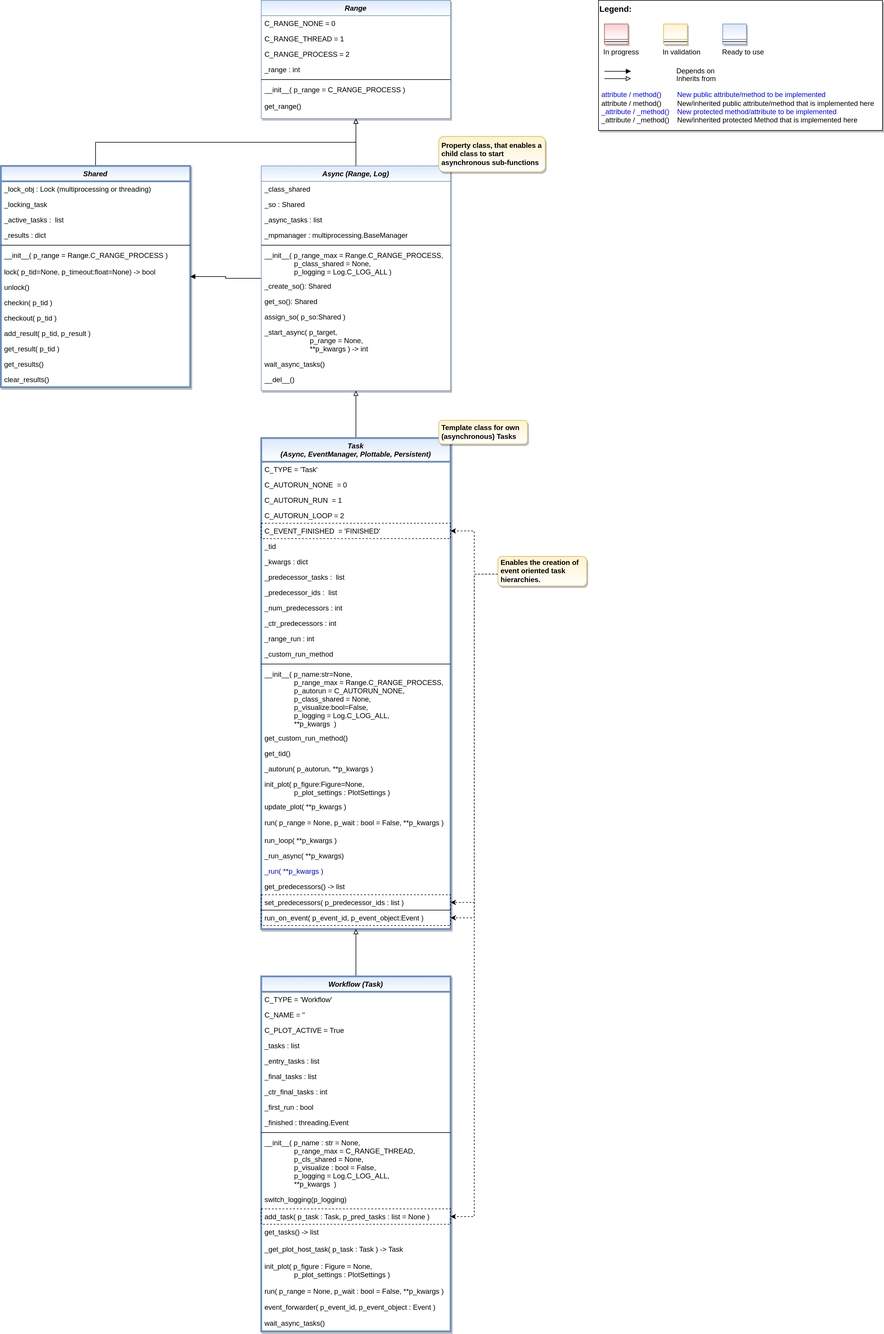
Before: doc/rtd/content/99_appendices/appendix2/sub/core/mlpro_bf/layer1_computation/images/MLPro-BF-MT_class_diagram.drawio.png, a diagram exported from draw.io (fhswf/MLPro). Source tidied: cells renumbered, new cells last; positions are measured from the earlier drawing's top-left corner, leaving out a move shared by most shapes.
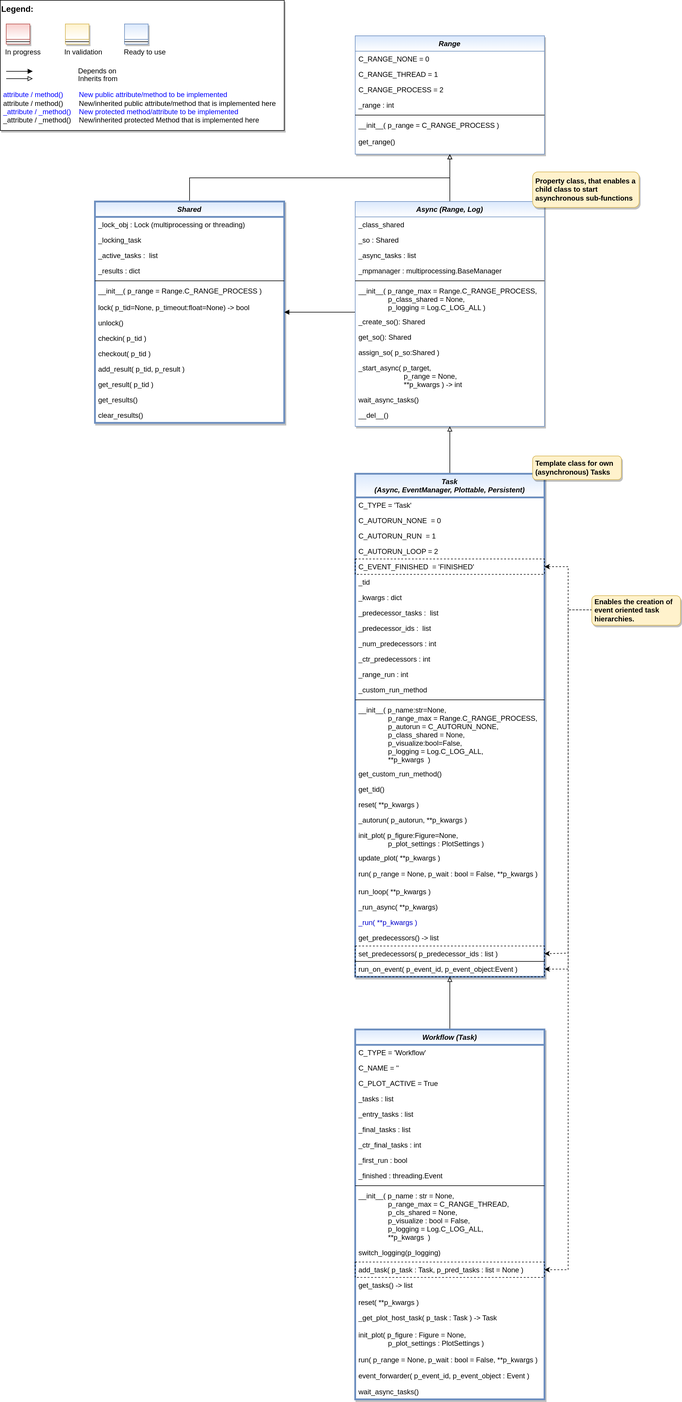
The same file after the commit.

Commit message:
Class diagram mlpro.bf.mt

What changed in the source:
```diff
@@ -3,7 +3,7 @@
     <mxCell id="0" />
     <mxCell id="1" parent="0" />
     <mxCell id="2" style="group;" parent="1" vertex="1">
-      <mxGeometry x="1010" width="480" height="220" as="geometry" />
+      <mxGeometry x="-160" y="-60" width="480" height="220" as="geometry" />
     </mxCell>
     <mxCell id="3" value="&lt;font color=&quot;#000000&quot; size=&quot;1&quot;&gt;&lt;b style=&quot;font-size: 14px&quot;&gt;Legend:&lt;br&gt;&lt;/b&gt;&lt;/font&gt;&lt;br&gt;&lt;br&gt;&lt;br&gt;&lt;font color=&quot;#0000ff&quot; style=&quot;font-size: 6px&quot;&gt;&lt;br&gt;&lt;/font&gt;&lt;span style=&quot;color: rgb(0 , 0 , 0)&quot;&gt;&lt;font style=&quot;font-size: 4px&quot;&gt;&amp;nbsp; &amp;nbsp;&lt;/font&gt;&amp;nbsp;In progress&amp;nbsp; &amp;nbsp; &amp;nbsp; &amp;nbsp; &amp;nbsp; &amp;nbsp; In validation&amp;nbsp; &amp;nbsp; &amp;nbsp; &amp;nbsp; &amp;nbsp; &amp;nbsp;Ready to use&lt;/span&gt;&lt;font color=&quot;#000000&quot;&gt;&amp;nbsp;&lt;br&gt;&lt;/font&gt;&lt;font color=&quot;#0000ff&quot;&gt;&lt;br&gt;&lt;br&gt;&lt;br&gt;&lt;br&gt;&amp;nbsp;attribute / method()&amp;nbsp; &amp;nbsp; &amp;nbsp; &amp;nbsp; New public attribute/method to be implemented&lt;/font&gt;&lt;br&gt;&lt;font color=&quot;#000000&quot;&gt;&amp;nbsp;&lt;/font&gt;&lt;font color=&quot;#000000&quot;&gt;attribute / method()&lt;span&gt;&#9;&lt;/span&gt;&amp;nbsp; &amp;nbsp; &amp;nbsp; &amp;nbsp;New/inherited public attribute/method that is implemented here&lt;br&gt;&lt;/font&gt;&lt;font color=&quot;#0000ff&quot;&gt;&amp;nbsp;_attribute /&amp;nbsp;&lt;/font&gt;&lt;font color=&quot;#0000ff&quot;&gt;_method()&amp;nbsp; &amp;nbsp; New protected method/attribute to be implemented&lt;/font&gt;&lt;br&gt;&lt;font color=&quot;#000000&quot;&gt;&amp;nbsp;_attribute / _method()&amp;nbsp; &amp;nbsp; New/inherited protected Method that is implemented here&lt;br&gt;&lt;/font&gt;&lt;font color=&quot;#000000&quot;&gt;&lt;br&gt;&lt;br&gt;&lt;br&gt;&lt;br&gt;&lt;br&gt;&lt;/font&gt;" style="text;html=1;align=left;verticalAlign=top;whiteSpace=wrap;rounded=0;fontColor=#006600;strokeColor=#000000;shadow=1;fillColor=#ffffff;" parent="2" vertex="1">
       <mxGeometry width="480" height="220" as="geometry" />
@@ -96,7 +96,7 @@
     <mxCell id="27" value="clear_results()" style="text;align=left;verticalAlign=top;spacingLeft=4;spacingRight=4;overflow=hidden;fontColor=default;" parent="13" vertex="1">
       <mxGeometry y="348" width="320" height="26" as="geometry" />
     </mxCell>
-    <mxCell id="28" style="edgeStyle=orthogonalEdgeStyle;rounded=0;jettySize=auto;html=1;endArrow=block;endFill=1;" parent="1" edge="1" source="30" target="13">
+    <mxCell id="28" style="edgeStyle=orthogonalEdgeStyle;rounded=0;jettySize=auto;html=1;endArrow=block;endFill=1;exitX=0;exitY=0.942;exitDx=0;exitDy=0;exitPerimeter=0;" parent="1" edge="1" source="36" target="13">
       <mxGeometry relative="1" as="geometry" />
     </mxCell>
     <mxCell id="29" style="edgeStyle=orthogonalEdgeStyle;rounded=0;jettySize=auto;html=1;fontColor=default;endArrow=block;endFill=0;" parent="1" edge="1" source="30" target="99">
@@ -141,14 +141,14 @@
     <mxCell id="42" value="__del__()" style="text;align=left;verticalAlign=top;spacingLeft=4;spacingRight=4;overflow=hidden;fontColor=default;" parent="30" vertex="1">
       <mxGeometry y="348" width="320" height="26" as="geometry" />
     </mxCell>
-    <mxCell id="43" value="Property class, that enables a child class to start asynchronous sub-functions" style="rounded=1;whiteSpace=wrap;html=1;fillColor=#fff2cc;strokeColor=#d6b656;shadow=1;gradientColor=#ffffff;fontStyle=1;align=left;verticalAlign=middle;spacingRight=3;spacingLeft=3;" parent="1" vertex="1">
+    <mxCell id="43" value="Property class, that enables a child class to start asynchronous sub-functions" style="rounded=1;whiteSpace=wrap;html=1;fillColor=#fff2cc;strokeColor=#d6b656;shadow=1;gradientColor=none;fontStyle=1;align=left;verticalAlign=middle;spacingRight=3;spacingLeft=3;" parent="1" vertex="1">
       <mxGeometry x="740" y="230" width="180" height="60" as="geometry" />
     </mxCell>
     <mxCell id="44" style="edgeStyle=orthogonalEdgeStyle;rounded=0;jettySize=auto;html=1;fontColor=#0000CC;endArrow=block;endFill=0;" parent="1" edge="1" source="45" target="30">
       <mxGeometry relative="1" as="geometry" />
     </mxCell>
     <mxCell id="45" value="Task &#10;(Async, EventManager, Plottable, Persistent)" style="swimlane;fontStyle=3;align=center;verticalAlign=top;horizontal=1;startSize=40;rounded=0;shadow=1;strokeWidth=3;fillColor=#dae8fc;strokeColor=#6c8ebf;glass=0;swimlaneFillColor=#ffffff;gradientColor=#FFFFFF;" parent="1" vertex="1">
-      <mxGeometry x="440" y="740" width="320" height="830" as="geometry" />
+      <mxGeometry x="440" y="740" width="320" height="850" as="geometry" />
     </mxCell>
     <mxCell id="46" value="C_TYPE = 'Task'" style="text;align=left;verticalAlign=top;spacingLeft=4;spacingRight=4;overflow=hidden;" parent="45" vertex="1">
       <mxGeometry y="40" width="320" height="26" as="geometry" />
@@ -201,41 +201,44 @@
     <mxCell id="62" value="get_tid()" style="text;align=left;verticalAlign=top;spacingLeft=4;spacingRight=4;overflow=hidden;fontColor=default;" parent="45" vertex="1">
       <mxGeometry y="520" width="320" height="26" as="geometry" />
     </mxCell>
+    <mxCell id="108" value="reset( **p_kwargs )" style="text;align=left;verticalAlign=top;spacingLeft=4;spacingRight=4;overflow=hidden;fontColor=default;" parent="45" vertex="1">
+      <mxGeometry y="546" width="320" height="26" as="geometry" />
+    </mxCell>
     <mxCell id="63" value="_autorun( p_autorun, **p_kwargs )" style="text;align=left;verticalAlign=top;spacingLeft=4;spacingRight=4;overflow=hidden;fontColor=default;" parent="45" vertex="1">
-      <mxGeometry y="546" width="320" height="26" as="geometry" />
+      <mxGeometry y="572" width="320" height="26" as="geometry" />
     </mxCell>
     <mxCell id="64" value="init_plot( p_figure:Figure=None, &#10;               p_plot_settings : PlotSettings )" style="text;align=left;verticalAlign=top;spacingLeft=4;spacingRight=4;overflow=hidden;fontColor=default;" parent="45" vertex="1">
-      <mxGeometry y="572" width="320" height="38" as="geometry" />
+      <mxGeometry y="598" width="320" height="38" as="geometry" />
     </mxCell>
     <mxCell id="65" value="update_plot( **p_kwargs )" style="text;align=left;verticalAlign=top;spacingLeft=4;spacingRight=4;overflow=hidden;fontColor=default;" parent="45" vertex="1">
-      <mxGeometry y="610" width="320" height="27" as="geometry" />
+      <mxGeometry y="636" width="320" height="27" as="geometry" />
     </mxCell>
     <mxCell id="66" value="run( p_range = None, p_wait : bool = False, **p_kwargs )" style="text;align=left;verticalAlign=top;spacingLeft=4;spacingRight=4;overflow=hidden;fontColor=default;" parent="45" vertex="1">
-      <mxGeometry y="637" width="320" height="30" as="geometry" />
+      <mxGeometry y="663" width="320" height="30" as="geometry" />
     </mxCell>
     <mxCell id="67" value="run_loop( **p_kwargs )" style="text;align=left;verticalAlign=top;spacingLeft=4;spacingRight=4;overflow=hidden;fontColor=default;" parent="45" vertex="1">
-      <mxGeometry y="667" width="320" height="26" as="geometry" />
+      <mxGeometry y="693" width="320" height="26" as="geometry" />
     </mxCell>
     <mxCell id="68" value="_run_async( **p_kwargs)" style="text;align=left;verticalAlign=top;spacingLeft=4;spacingRight=4;overflow=hidden;fontColor=default;" parent="45" vertex="1">
-      <mxGeometry y="693" width="320" height="26" as="geometry" />
+      <mxGeometry y="719" width="320" height="26" as="geometry" />
     </mxCell>
     <mxCell id="69" value="_run( **p_kwargs )" style="text;align=left;verticalAlign=top;spacingLeft=4;spacingRight=4;overflow=hidden;fontColor=#0000CC;" parent="45" vertex="1">
-      <mxGeometry y="719" width="320" height="26" as="geometry" />
+      <mxGeometry y="745" width="320" height="26" as="geometry" />
     </mxCell>
     <mxCell id="70" value="get_predecessors() -&gt; list" style="text;align=left;verticalAlign=top;spacingLeft=4;spacingRight=4;overflow=hidden;fontColor=default;" parent="45" vertex="1">
-      <mxGeometry y="745" width="320" height="27" as="geometry" />
+      <mxGeometry y="771" width="320" height="27" as="geometry" />
     </mxCell>
     <mxCell id="71" value="set_predecessors( p_predecessor_ids : list )" style="text;align=left;verticalAlign=top;spacingLeft=4;spacingRight=4;overflow=hidden;points=[[0,0.5],[1,0.5]];portConstraint=eastwest;fontColor=default;labelBorderColor=none;strokeColor=default;dashed=1;" parent="45" vertex="1">
-      <mxGeometry y="772" width="320" height="26" as="geometry" />
+      <mxGeometry y="798" width="320" height="26" as="geometry" />
     </mxCell>
     <mxCell id="72" value="run_on_event( p_event_id, p_event_object:Event )" style="text;align=left;verticalAlign=top;spacingLeft=4;spacingRight=4;overflow=hidden;points=[[0,0.5],[1,0.5]];portConstraint=eastwest;fontColor=default;labelBorderColor=none;strokeColor=default;dashed=1;" parent="45" vertex="1">
-      <mxGeometry y="798" width="320" height="26" as="geometry" />
+      <mxGeometry y="824" width="320" height="26" as="geometry" />
     </mxCell>
     <mxCell id="73" style="edgeStyle=orthogonalEdgeStyle;rounded=0;jettySize=auto;html=1;fontColor=#0000CC;endArrow=block;endFill=0;" parent="1" edge="1" source="74" target="45">
       <mxGeometry relative="1" as="geometry" />
     </mxCell>
     <mxCell id="74" value="Workflow (Task)" style="swimlane;fontStyle=3;align=center;verticalAlign=top;horizontal=1;startSize=26;rounded=0;shadow=1;strokeWidth=3;fillColor=#dae8fc;strokeColor=#6c8ebf;glass=0;swimlaneFillColor=#ffffff;gradientColor=#FFFFFF;" parent="1" vertex="1">
-      <mxGeometry x="440" y="1650" width="320" height="600" as="geometry" />
+      <mxGeometry x="440" y="1679" width="320" height="625" as="geometry" />
     </mxCell>
     <mxCell id="75" value="C_TYPE = 'Workflow'" style="text;align=left;verticalAlign=top;spacingLeft=4;spacingRight=4;overflow=hidden;" parent="74" vertex="1">
       <mxGeometry y="26" width="320" height="26" as="geometry" />
@@ -279,27 +282,30 @@
     <mxCell id="88" value="get_tasks() -&gt; list" style="text;align=left;verticalAlign=top;spacingLeft=4;spacingRight=4;overflow=hidden;fontColor=default;" parent="74" vertex="1">
       <mxGeometry y="419" width="320" height="29" as="geometry" />
     </mxCell>
+    <mxCell id="109" value="reset( **p_kwargs )" style="text;align=left;verticalAlign=top;spacingLeft=4;spacingRight=4;overflow=hidden;fontColor=default;" parent="74" vertex="1">
+      <mxGeometry y="448" width="320" height="26" as="geometry" />
+    </mxCell>
     <mxCell id="89" value="_get_plot_host_task( p_task : Task ) -&gt; Task" style="text;align=left;verticalAlign=top;spacingLeft=4;spacingRight=4;overflow=hidden;fontColor=default;" parent="74" vertex="1">
-      <mxGeometry y="448" width="320" height="29" as="geometry" />
+      <mxGeometry y="474" width="320" height="29" as="geometry" />
     </mxCell>
     <mxCell id="90" value="init_plot( p_figure : Figure = None, &#10;               p_plot_settings : PlotSettings )" style="text;align=left;verticalAlign=top;spacingLeft=4;spacingRight=4;overflow=hidden;fontColor=default;" parent="74" vertex="1">
-      <mxGeometry y="477" width="320" height="42" as="geometry" />
+      <mxGeometry y="503" width="320" height="42" as="geometry" />
     </mxCell>
     <mxCell id="91" value="run( p_range = None, p_wait : bool = False, **p_kwargs )" style="text;align=left;verticalAlign=top;spacingLeft=4;spacingRight=4;overflow=hidden;fontColor=default;" parent="74" vertex="1">
-      <mxGeometry y="519" width="320" height="27" as="geometry" />
+      <mxGeometry y="545" width="320" height="27" as="geometry" />
     </mxCell>
     <mxCell id="92" value="event_forwarder( p_event_id, p_event_object : Event )" style="text;align=left;verticalAlign=top;spacingLeft=4;spacingRight=4;overflow=hidden;fontColor=default;" parent="74" vertex="1">
-      <mxGeometry y="546" width="320" height="27" as="geometry" />
+      <mxGeometry y="572" width="320" height="27" as="geometry" />
     </mxCell>
     <mxCell id="93" value="wait_async_tasks()" style="text;align=left;verticalAlign=top;spacingLeft=4;spacingRight=4;overflow=hidden;fontColor=default;" parent="74" vertex="1">
-      <mxGeometry y="573" width="320" height="26" as="geometry" />
+      <mxGeometry y="599" width="320" height="26" as="geometry" />
     </mxCell>
     <mxCell id="94" style="edgeStyle=orthogonalEdgeStyle;rounded=0;jettySize=auto;html=1;fontColor=#FF0000;exitX=0;exitY=0.5;exitDx=0;exitDy=0;dashed=1;entryX=1;entryY=0.5;entryDx=0;entryDy=0;" parent="1" edge="1" source="98" target="72">
       <mxGeometry relative="1" as="geometry">
         <Array as="points">
           <mxPoint x="840" y="970" />
           <mxPoint x="800" y="970" />
-          <mxPoint x="800" y="1551" />
+          <mxPoint x="800" y="1577" />
         </Array>
       </mxGeometry>
     </mxCell>
@@ -316,7 +322,7 @@
       <mxGeometry relative="1" as="geometry">
         <Array as="points">
           <mxPoint x="800" y="970" />
-          <mxPoint x="800" y="2056" />
+          <mxPoint x="800" y="2085" />
         </Array>
       </mxGeometry>
     </mxCell>
@@ -324,12 +330,12 @@
       <mxGeometry relative="1" as="geometry">
         <Array as="points">
           <mxPoint x="800" y="970" />
-          <mxPoint x="800" y="1525" />
+          <mxPoint x="800" y="1550" />
         </Array>
       </mxGeometry>
     </mxCell>
-    <mxCell id="98" value="Enables the creation of event oriented task hierarchies." style="rounded=1;whiteSpace=wrap;html=1;fillColor=#fff2cc;strokeColor=#d6b656;shadow=1;gradientColor=#ffffff;fontStyle=1;align=left;verticalAlign=middle;spacingRight=3;spacingLeft=3;" parent="1" vertex="1">
-      <mxGeometry x="840" y="940" width="150" height="50" as="geometry" />
+    <mxCell id="98" value="Enables the creation of event oriented task hierarchies." style="rounded=1;whiteSpace=wrap;html=1;fillColor=#fff2cc;strokeColor=#d6b656;shadow=1;gradientColor=none;fontStyle=1;align=left;verticalAlign=middle;spacingRight=3;spacingLeft=3;" parent="1" vertex="1">
+      <mxGeometry x="840" y="946" width="150" height="50" as="geometry" />
     </mxCell>
     <mxCell id="99" value="Range" style="swimlane;fontStyle=3;align=center;verticalAlign=top;horizontal=1;startSize=26;rounded=0;shadow=1;strokeWidth=1;fillColor=#dae8fc;strokeColor=#6c8ebf;glass=0;swimlaneFillColor=#ffffff;gradientColor=#FFFFFF;" parent="1" vertex="1">
       <mxGeometry x="440" width="320" height="200" as="geometry" />
@@ -355,7 +361,7 @@
     <mxCell id="106" value="get_range()" style="text;align=left;verticalAlign=top;spacingLeft=4;spacingRight=4;overflow=hidden;fontColor=default;" parent="99" vertex="1">
       <mxGeometry y="166" width="320" height="34" as="geometry" />
     </mxCell>
-    <mxCell id="107" value="Template class for own (asynchronous) Tasks" style="rounded=1;whiteSpace=wrap;html=1;fillColor=#fff2cc;strokeColor=#d6b656;shadow=1;gradientColor=#ffffff;fontStyle=1;align=left;verticalAlign=middle;spacingRight=3;spacingLeft=3;" parent="1" vertex="1">
+    <mxCell id="107" value="Template class for own (asynchronous) Tasks" style="rounded=1;whiteSpace=wrap;html=1;fillColor=#fff2cc;strokeColor=#d6b656;shadow=1;gradientColor=none;fontStyle=1;align=left;verticalAlign=middle;spacingRight=3;spacingLeft=3;" parent="1" vertex="1">
       <mxGeometry x="740" y="710" width="150" height="40" as="geometry" />
     </mxCell>
   </root>
```
